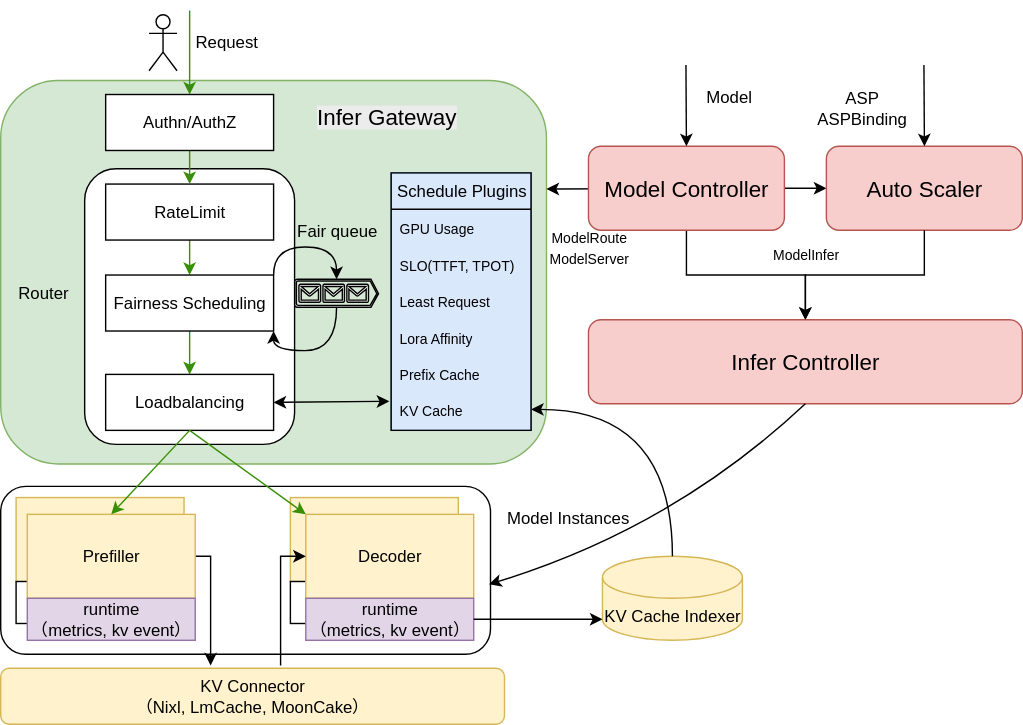
The draw.io diagram docs/proposal/images/kthena-arch.svg in matrixinfer-ai/kthena, before a commit. Source tidied: cells renumbered, new cells last; positions are measured from the earlier drawing's top-left corner, leaving out a move shared by most shapes. Source of this version:
```xml
<mxGraphModel>
  <root>
    <mxCell id="0" />
    <mxCell id="1" parent="0" />
    <mxCell id="2" style="rounded=1;whiteSpace=wrap;html=1;" parent="1" vertex="1">
      <mxGeometry y="340" width="350" height="120" as="geometry" />
    </mxCell>
    <mxCell id="3" style="group;" parent="1" vertex="1">
      <mxGeometry x="207" y="348" width="120" height="90" as="geometry" />
    </mxCell>
    <mxCell id="4" style="rounded=0;whiteSpace=wrap;html=1;fillColor=#fff2cc;strokeColor=#d6b656;" parent="3" vertex="1">
      <mxGeometry width="120" height="60" as="geometry" />
    </mxCell>
    <mxCell id="5" style="rounded=0;whiteSpace=wrap;html=1;" parent="3" vertex="1">
      <mxGeometry y="60" width="120" height="30" as="geometry" />
    </mxCell>
    <mxCell id="6" style="rounded=1;whiteSpace=wrap;html=1;fillColor=#d5e8d4;strokeColor=#82b366;" parent="1" vertex="1">
      <mxGeometry y="50" width="390" height="274" as="geometry" />
    </mxCell>
    <mxCell id="7" style="edgeStyle=orthogonalEdgeStyle;rounded=0;jettySize=auto;html=1;" parent="1" edge="1" source="10" target="11">
      <mxGeometry relative="1" as="geometry" />
    </mxCell>
    <mxCell id="8" style="rounded=0;orthogonalLoop=1;jettySize=auto;html=1;entryX=1;entryY=0.25;entryDx=0;entryDy=0;" parent="1" edge="1">
      <mxGeometry relative="1" as="geometry">
        <mxPoint x="460" y="127.3" as="sourcePoint" />
        <mxPoint x="390" y="127.5" as="targetPoint" />
      </mxGeometry>
    </mxCell>
    <mxCell id="9" style="edgeStyle=none;rounded=0;jettySize=auto;html=1;" parent="1" edge="1" source="10" target="17">
      <mxGeometry relative="1" as="geometry" />
    </mxCell>
    <mxCell id="10" value="&lt;font style=&quot;font-size: 16px;&quot;&gt;Model Controller&lt;/font&gt;" style="rounded=1;whiteSpace=wrap;html=1;fillColor=#f8cecc;strokeColor=#b85450;" parent="1" vertex="1">
      <mxGeometry x="420" y="97" width="140" height="60" as="geometry" />
    </mxCell>
    <mxCell id="11" value="&lt;span style=&quot;font-size: 16px;&quot;&gt;Infer Controller&lt;/span&gt;" style="rounded=1;whiteSpace=wrap;html=1;fillColor=#f8cecc;strokeColor=#b85450;" parent="1" vertex="1">
      <mxGeometry x="420" y="221" width="310" height="60" as="geometry" />
    </mxCell>
    <mxCell id="12" style="edgeStyle=orthogonalEdgeStyle;rounded=0;jettySize=auto;html=1;exitX=1;exitY=0.5;exitDx=0;exitDy=0;" parent="1" edge="1" source="28">
      <mxGeometry relative="1" as="geometry">
        <mxPoint x="150" y="468" as="targetPoint" />
        <Array as="points">
          <mxPoint x="150" y="390" />
          <mxPoint x="150" y="444" />
          <mxPoint x="150" y="444" />
        </Array>
      </mxGeometry>
    </mxCell>
    <mxCell id="13" value="KV Connector&lt;div&gt;（Nixl, LmCache, MoonCake）&lt;/div&gt;" style="rounded=1;whiteSpace=wrap;html=1;fillColor=#fff2cc;strokeColor=#d6b656;" parent="1" vertex="1">
      <mxGeometry y="470" width="360" height="40" as="geometry" />
    </mxCell>
    <mxCell id="14" value="KV Cache Indexer" style="shape=cylinder3;whiteSpace=wrap;html=1;boundedLbl=1;backgroundOutline=1;size=15;fillColor=#fff2cc;strokeColor=#d6b656;" parent="1" vertex="1">
      <mxGeometry x="430" y="390" width="100" height="60" as="geometry" />
    </mxCell>
    <mxCell id="15" style="endArrow=classic;html=1;rounded=0;entryX=0.5;entryY=0;entryDx=0;entryDy=0;fillColor=#d5e8d4;strokeColor=light-dark(#388f05, #446e2c);" parent="1" edge="1" target="48">
      <mxGeometry relative="1" as="geometry">
        <mxPoint x="135" as="sourcePoint" />
      </mxGeometry>
    </mxCell>
    <mxCell id="16" value="Request" style="text;html=1;align=center;verticalAlign=middle;strokeColor=none;fillColor=none;" parent="1" vertex="1">
      <mxGeometry x="126" y="8" width="70" height="30" as="geometry" />
    </mxCell>
    <mxCell id="17" value="&lt;font style=&quot;font-size: 16px;&quot;&gt;Auto Scaler&lt;/font&gt;" style="rounded=1;whiteSpace=wrap;html=1;fillColor=#f8cecc;strokeColor=#b85450;" parent="1" vertex="1">
      <mxGeometry x="590" y="97" width="140" height="60" as="geometry" />
    </mxCell>
    <mxCell id="18" style="edgeStyle=orthogonalEdgeStyle;rounded=0;jettySize=auto;html=1;curved=1;exitX=0.5;exitY=0;exitDx=0;exitDy=0;exitPerimeter=0;entryX=1;entryY=0.5;entryDx=0;entryDy=0;" parent="1" edge="1" source="14" target="58">
      <mxGeometry relative="1" as="geometry">
        <Array as="points">
          <mxPoint x="480" y="285" />
        </Array>
      </mxGeometry>
    </mxCell>
    <mxCell id="19" value="Model" style="text;html=1;align=center;verticalAlign=middle;strokeColor=none;fillColor=none;" parent="1" vertex="1">
      <mxGeometry x="490" y="47" width="60" height="30" as="geometry" />
    </mxCell>
    <mxCell id="20" value="&lt;font style=&quot;font-size: 10px;&quot;&gt;ModelInfer&lt;/font&gt;" style="text;html=1;align=center;verticalAlign=middle;strokeColor=none;fillColor=none;" parent="1" vertex="1">
      <mxGeometry x="540" y="159" width="70" height="30" as="geometry" />
    </mxCell>
    <mxCell id="21" style="rounded=0;jettySize=auto;html=1;entryX=0.5;entryY=0;entryDx=0;entryDy=0;" parent="1" edge="1" target="10">
      <mxGeometry relative="1" as="geometry">
        <mxPoint x="489.7" y="39" as="sourcePoint" />
      </mxGeometry>
    </mxCell>
    <mxCell id="22" value="ASP&lt;div&gt;ASPBinding&lt;/div&gt;" style="text;html=1;align=center;verticalAlign=middle;strokeColor=none;fillColor=none;" parent="1" vertex="1">
      <mxGeometry x="570" y="50" width="90" height="40" as="geometry" />
    </mxCell>
    <mxCell id="23" style="group;" parent="1" vertex="1">
      <mxGeometry x="19" y="360" width="120" height="90" as="geometry" />
    </mxCell>
    <mxCell id="24" style="group;" parent="23" vertex="1">
      <mxGeometry x="-8" y="-12" width="120" height="90" as="geometry" />
    </mxCell>
    <mxCell id="25" style="group;" parent="24" vertex="1">
      <mxGeometry width="120" height="90" as="geometry" />
    </mxCell>
    <mxCell id="26" style="rounded=0;whiteSpace=wrap;html=1;fillColor=#fff2cc;strokeColor=#d6b656;" parent="25" vertex="1">
      <mxGeometry width="120" height="60" as="geometry" />
    </mxCell>
    <mxCell id="27" style="rounded=0;whiteSpace=wrap;html=1;" parent="25" vertex="1">
      <mxGeometry y="60" width="120" height="30" as="geometry" />
    </mxCell>
    <mxCell id="28" value="Prefiller" style="rounded=0;whiteSpace=wrap;html=1;fillColor=#fff2cc;strokeColor=#d6b656;" parent="23" vertex="1">
      <mxGeometry width="120" height="60" as="geometry" />
    </mxCell>
    <mxCell id="29" value="runtime&lt;div&gt;（metrics, kv event）&lt;/div&gt;" style="rounded=0;whiteSpace=wrap;html=1;fillColor=#e1d5e7;strokeColor=#9673a6;" parent="23" vertex="1">
      <mxGeometry y="60" width="120" height="30" as="geometry" />
    </mxCell>
    <mxCell id="30" value="Decoder" style="rounded=0;whiteSpace=wrap;html=1;fillColor=#fff2cc;strokeColor=#d6b656;" parent="1" vertex="1">
      <mxGeometry x="218" y="360" width="120" height="60" as="geometry" />
    </mxCell>
    <mxCell id="31" value="runtime&lt;div&gt;（metrics, kv event）&lt;/div&gt;" style="rounded=0;whiteSpace=wrap;html=1;fillColor=#e1d5e7;strokeColor=#9673a6;" parent="1" vertex="1">
      <mxGeometry x="218" y="420" width="120" height="30" as="geometry" />
    </mxCell>
    <mxCell id="32" style="edgeStyle=orthogonalEdgeStyle;rounded=0;jettySize=auto;html=1;entryX=0;entryY=0.5;entryDx=0;entryDy=0;" parent="1" edge="1" target="30">
      <mxGeometry relative="1" as="geometry">
        <mxPoint x="200" y="468" as="sourcePoint" />
        <Array as="points">
          <mxPoint x="200" y="390" />
        </Array>
      </mxGeometry>
    </mxCell>
    <mxCell id="33" style="rounded=0;jettySize=auto;html=1;exitX=1;exitY=0.5;exitDx=0;exitDy=0;entryX=0;entryY=1;entryDx=0;entryDy=-15;entryPerimeter=0;" parent="1" edge="1" source="31" target="14">
      <mxGeometry relative="1" as="geometry" />
    </mxCell>
    <mxCell id="34" style="curved=1;endArrow=classic;html=1;rounded=0;entryX=0.997;entryY=0.583;entryDx=0;entryDy=0;exitX=0.5;exitY=1;exitDx=0;exitDy=0;entryPerimeter=0;" parent="1" edge="1" source="11" target="2">
      <mxGeometry relative="1" as="geometry">
        <Array as="points">
          <mxPoint x="480" y="370" />
        </Array>
      </mxGeometry>
    </mxCell>
    <mxCell id="35" value="&lt;span style=&quot;color: rgb(0, 0, 0); font-family: Helvetica; font-size: 16px; font-style: normal; font-variant-ligatures: normal; font-variant-caps: normal; font-weight: 400; letter-spacing: normal; orphans: 2; text-align: center; text-indent: 0px; text-transform: none; widows: 2; word-spacing: 0px; -webkit-text-stroke-width: 0px; white-space: normal; background-color: rgb(236, 236, 236); text-decoration-thickness: initial; text-decoration-style: initial; text-decoration-color: initial; float: none; display: inline !important;&quot;&gt;Infer Gateway&lt;/span&gt;" style="text;whiteSpace=wrap;html=1;" parent="1" vertex="1">
      <mxGeometry x="224" y="60" width="140" height="40" as="geometry" />
    </mxCell>
    <mxCell id="36" value="&lt;font style=&quot;font-size: 10px;&quot;&gt;ModelRoute&lt;/font&gt;&lt;div&gt;&lt;font style=&quot;font-size: 10px;&quot;&gt;ModelServer&lt;/font&gt;&lt;/div&gt;" style="text;html=1;align=center;verticalAlign=middle;strokeColor=none;fillColor=none;" parent="1" vertex="1">
      <mxGeometry x="380" y="149" width="80" height="40" as="geometry" />
    </mxCell>
    <mxCell id="37" value="Model Instances" style="text;html=1;align=center;verticalAlign=middle;strokeColor=none;fillColor=none;" parent="1" vertex="1">
      <mxGeometry x="350" y="348" width="110" height="30" as="geometry" />
    </mxCell>
    <mxCell id="38" style="edgeStyle=orthogonalEdgeStyle;rounded=0;jettySize=auto;html=1;exitX=0.5;exitY=1;exitDx=0;exitDy=0;entryX=0.5;entryY=0;entryDx=0;entryDy=0;" parent="1" edge="1" source="17" target="11">
      <mxGeometry relative="1" as="geometry" />
    </mxCell>
    <mxCell id="39" style="rounded=0;orthogonalLoop=1;jettySize=auto;html=1;entryX=0.5;entryY=0;entryDx=0;entryDy=0;" parent="1" edge="1">
      <mxGeometry relative="1" as="geometry">
        <mxPoint x="659.7" y="39" as="sourcePoint" />
        <mxPoint x="660" y="97" as="targetPoint" />
      </mxGeometry>
    </mxCell>
    <mxCell id="40" style="shape=umlActor;verticalLabelPosition=bottom;verticalAlign=top;html=1;" parent="1" vertex="1">
      <mxGeometry x="106" y="3" width="20" height="40" as="geometry" />
    </mxCell>
    <mxCell id="41" style="rounded=1;whiteSpace=wrap;html=1;" parent="1" vertex="1">
      <mxGeometry x="60" y="113" width="150" height="197" as="geometry" />
    </mxCell>
    <mxCell id="42" style="edgeStyle=orthogonalEdgeStyle;rounded=0;jettySize=auto;html=1;fillColor=#d5e8d4;strokeColor=light-dark(#388f05, #446e2c);" parent="1" edge="1" source="43" target="45">
      <mxGeometry relative="1" as="geometry" />
    </mxCell>
    <mxCell id="43" value="RateLimit" style="rounded=0;whiteSpace=wrap;html=1;" parent="1" vertex="1">
      <mxGeometry x="75" y="124" width="120" height="40" as="geometry" />
    </mxCell>
    <mxCell id="44" style="edgeStyle=orthogonalEdgeStyle;rounded=0;jettySize=auto;html=1;fillColor=#d5e8d4;strokeColor=light-dark(#388f05, #446e2c);" parent="1" edge="1" source="45" target="46">
      <mxGeometry relative="1" as="geometry" />
    </mxCell>
    <mxCell id="45" value="Fairness Scheduling" style="rounded=0;whiteSpace=wrap;html=1;" parent="1" vertex="1">
      <mxGeometry x="75" y="189" width="120" height="40" as="geometry" />
    </mxCell>
    <mxCell id="46" value="Loadbalancing" style="rounded=0;whiteSpace=wrap;html=1;" parent="1" vertex="1">
      <mxGeometry x="75" y="260" width="120" height="40" as="geometry" />
    </mxCell>
    <mxCell id="47" style="edgeStyle=orthogonalEdgeStyle;rounded=0;jettySize=auto;html=1;entryX=0.5;entryY=0;entryDx=0;entryDy=0;fillColor=#d5e8d4;strokeColor=light-dark(#388f05, #446e2c);" parent="1" edge="1" source="48" target="43">
      <mxGeometry relative="1" as="geometry" />
    </mxCell>
    <mxCell id="48" value="Authn/AuthZ" style="rounded=0;whiteSpace=wrap;html=1;" parent="1" vertex="1">
      <mxGeometry x="75" y="60" width="120" height="40" as="geometry" />
    </mxCell>
    <mxCell id="49" style="endArrow=classic;html=1;rounded=0;exitX=0.5;exitY=1;exitDx=0;exitDy=0;fillColor=#d5e8d4;strokeColor=light-dark(#388f05, #446e2c);entryX=0;entryY=0;entryDx=0;entryDy=0;" parent="1" edge="1" source="46" target="30">
      <mxGeometry relative="1" as="geometry" />
    </mxCell>
    <mxCell id="50" style="endArrow=classic;html=1;rounded=0;entryX=0.5;entryY=0;entryDx=0;entryDy=0;exitX=0.5;exitY=1;exitDx=0;exitDy=0;fillColor=#d5e8d4;strokeColor=light-dark(#388f05, #446e2c);" parent="1" edge="1" source="46" target="28">
      <mxGeometry relative="1" as="geometry" />
    </mxCell>
    <mxCell id="51" style="group;fillColor=#dae8fc;strokeColor=#6c8ebf;" parent="1" vertex="1">
      <mxGeometry x="279" y="116" width="100" height="184" as="geometry" />
    </mxCell>
    <mxCell id="52" value="Schedule Plugins" style="swimlane;fontStyle=0;horizontal=1;startSize=26;fillColor=none;html=1;" parent="51" vertex="1">
      <mxGeometry width="100" height="184" as="geometry" />
    </mxCell>
    <mxCell id="53" value="&lt;font style=&quot;font-size: 10px;&quot;&gt;SLO(TTFT, TPOT)&lt;/font&gt;" style="text;strokeColor=none;fillColor=none;align=left;verticalAlign=top;spacingLeft=4;spacingRight=4;overflow=hidden;whiteSpace=wrap;html=1;" parent="51" vertex="1">
      <mxGeometry y="52" width="100" height="26" as="geometry" />
    </mxCell>
    <mxCell id="54" value="&lt;font style=&quot;font-size: 10px;&quot;&gt;GPU Usage&lt;/font&gt;" style="text;strokeColor=none;fillColor=none;align=left;verticalAlign=top;spacingLeft=4;spacingRight=4;overflow=hidden;whiteSpace=wrap;html=1;" parent="51" vertex="1">
      <mxGeometry y="26" width="100" height="26" as="geometry" />
    </mxCell>
    <mxCell id="55" value="&lt;font style=&quot;font-size: 10px;&quot;&gt;Least Request&lt;/font&gt;" style="text;strokeColor=none;fillColor=none;align=left;verticalAlign=top;spacingLeft=4;spacingRight=4;overflow=hidden;whiteSpace=wrap;html=1;" parent="51" vertex="1">
      <mxGeometry y="78" width="100" height="26" as="geometry" />
    </mxCell>
    <mxCell id="56" value="&lt;font style=&quot;font-size: 10px;&quot;&gt;Lora Affinity&lt;/font&gt;" style="text;strokeColor=none;fillColor=none;align=left;verticalAlign=top;spacingLeft=4;spacingRight=4;overflow=hidden;whiteSpace=wrap;html=1;" parent="51" vertex="1">
      <mxGeometry y="104" width="100" height="26" as="geometry" />
    </mxCell>
    <mxCell id="57" value="&lt;font style=&quot;font-size: 10px;&quot;&gt;Prefix Cache&lt;/font&gt;" style="text;strokeColor=none;fillColor=none;align=left;verticalAlign=top;spacingLeft=4;spacingRight=4;overflow=hidden;whiteSpace=wrap;html=1;" parent="51" vertex="1">
      <mxGeometry y="130" width="100" height="26" as="geometry" />
    </mxCell>
    <mxCell id="58" value="&lt;font style=&quot;font-size: 10px;&quot;&gt;KV Cache&lt;/font&gt;" style="text;strokeColor=none;fillColor=none;align=left;verticalAlign=top;spacingLeft=4;spacingRight=4;overflow=hidden;points=[[0,0.5],[1,0.5]];portConstraint=eastwest;whiteSpace=wrap;html=1;" parent="51" vertex="1">
      <mxGeometry y="156" width="100" height="26" as="geometry" />
    </mxCell>
    <mxCell id="59" value="Router" style="text;html=1;align=center;verticalAlign=middle;strokeColor=none;fillColor=none;" parent="1" vertex="1">
      <mxGeometry y="187" width="60" height="30" as="geometry" />
    </mxCell>
    <mxCell id="60" style="edgeStyle=orthogonalEdgeStyle;rounded=0;jettySize=auto;html=1;entryX=1;entryY=1;entryDx=0;entryDy=0;curved=1;exitX=0.5;exitY=1;exitDx=0;exitDy=0;exitPerimeter=0;" parent="1" edge="1" source="61" target="45">
      <mxGeometry relative="1" as="geometry">
        <Array as="points">
          <mxPoint x="240" y="243" />
          <mxPoint x="195" y="243" />
        </Array>
      </mxGeometry>
    </mxCell>
    <mxCell id="61" style="verticalLabelPosition=bottom;html=1;verticalAlign=top;align=center;shape=mxgraph.azure.queue_generic;" parent="1" vertex="1">
      <mxGeometry x="210" y="192" width="60" height="20" as="geometry" />
    </mxCell>
    <mxCell id="62" style="edgeStyle=orthogonalEdgeStyle;rounded=0;jettySize=auto;html=1;exitX=1;exitY=0;exitDx=0;exitDy=0;entryX=0.5;entryY=0;entryDx=0;entryDy=0;entryPerimeter=0;curved=1;" parent="1" edge="1" source="45" target="61">
      <mxGeometry relative="1" as="geometry" />
    </mxCell>
    <mxCell id="63" value="Fair queue" style="text;html=1;align=center;verticalAlign=middle;strokeColor=none;fillColor=none;" parent="1" vertex="1">
      <mxGeometry x="200" y="143" width="80" height="30" as="geometry" />
    </mxCell>
    <mxCell id="64" style="endArrow=classic;startArrow=classic;html=1;rounded=0;exitX=1;exitY=0.5;exitDx=0;exitDy=0;entryX=-0.013;entryY=0.279;entryDx=0;entryDy=0;entryPerimeter=0;" parent="1" edge="1" source="46" target="58">
      <mxGeometry relative="1" as="geometry" />
    </mxCell>
  </root>
</mxGraphModel>
```
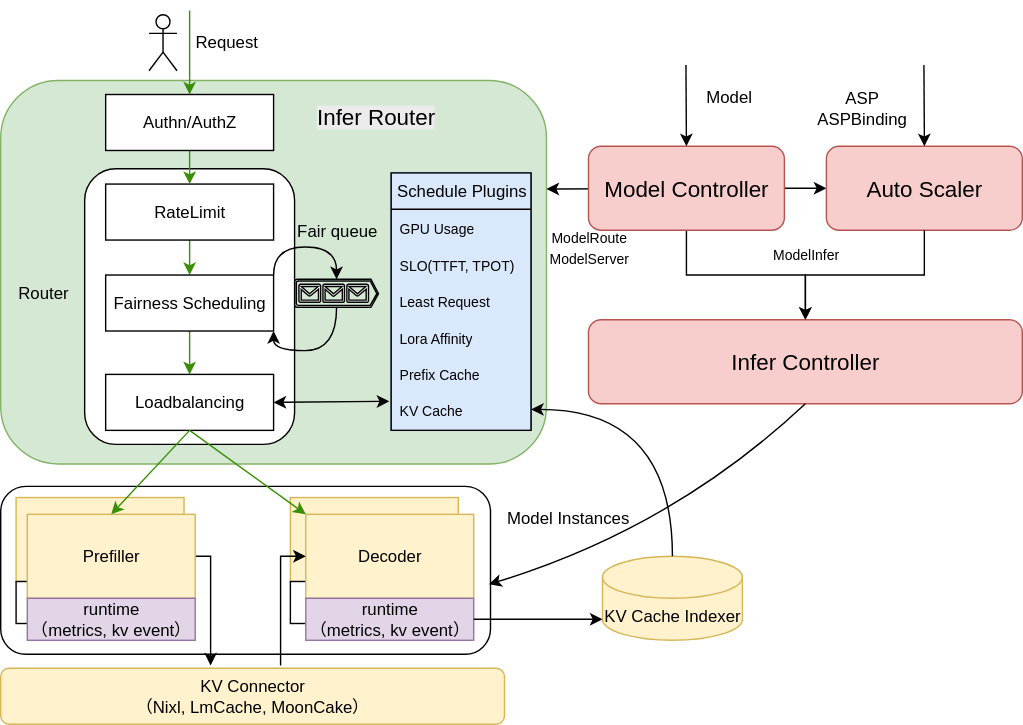
Above is the later version.

The edit, as a diff of the source:
```diff
@@ -128,7 +128,7 @@
         </Array>
       </mxGeometry>
     </mxCell>
-    <mxCell id="35" value="&lt;span style=&quot;color: rgb(0, 0, 0); font-family: Helvetica; font-size: 16px; font-style: normal; font-variant-ligatures: normal; font-variant-caps: normal; font-weight: 400; letter-spacing: normal; orphans: 2; text-align: center; text-indent: 0px; text-transform: none; widows: 2; word-spacing: 0px; -webkit-text-stroke-width: 0px; white-space: normal; background-color: rgb(236, 236, 236); text-decoration-thickness: initial; text-decoration-style: initial; text-decoration-color: initial; float: none; display: inline !important;&quot;&gt;Infer Gateway&lt;/span&gt;" style="text;whiteSpace=wrap;html=1;" parent="1" vertex="1">
+    <mxCell id="35" value="&lt;span style=&quot;color: rgb(0, 0, 0); font-family: Helvetica; font-size: 16px; font-style: normal; font-variant-ligatures: normal; font-variant-caps: normal; font-weight: 400; letter-spacing: normal; orphans: 2; text-align: center; text-indent: 0px; text-transform: none; widows: 2; word-spacing: 0px; -webkit-text-stroke-width: 0px; white-space: normal; background-color: rgb(236, 236, 236); text-decoration-thickness: initial; text-decoration-style: initial; text-decoration-color: initial; float: none; display: inline !important;&quot;&gt;Infer Router&lt;/span&gt;" style="text;whiteSpace=wrap;html=1;" parent="1" vertex="1">
       <mxGeometry x="224" y="60" width="140" height="40" as="geometry" />
     </mxCell>
     <mxCell id="36" value="&lt;font style=&quot;font-size: 10px;&quot;&gt;ModelRoute&lt;/font&gt;&lt;div&gt;&lt;font style=&quot;font-size: 10px;&quot;&gt;ModelServer&lt;/font&gt;&lt;/div&gt;" style="text;html=1;align=center;verticalAlign=middle;strokeColor=none;fillColor=none;" parent="1" vertex="1">
```
